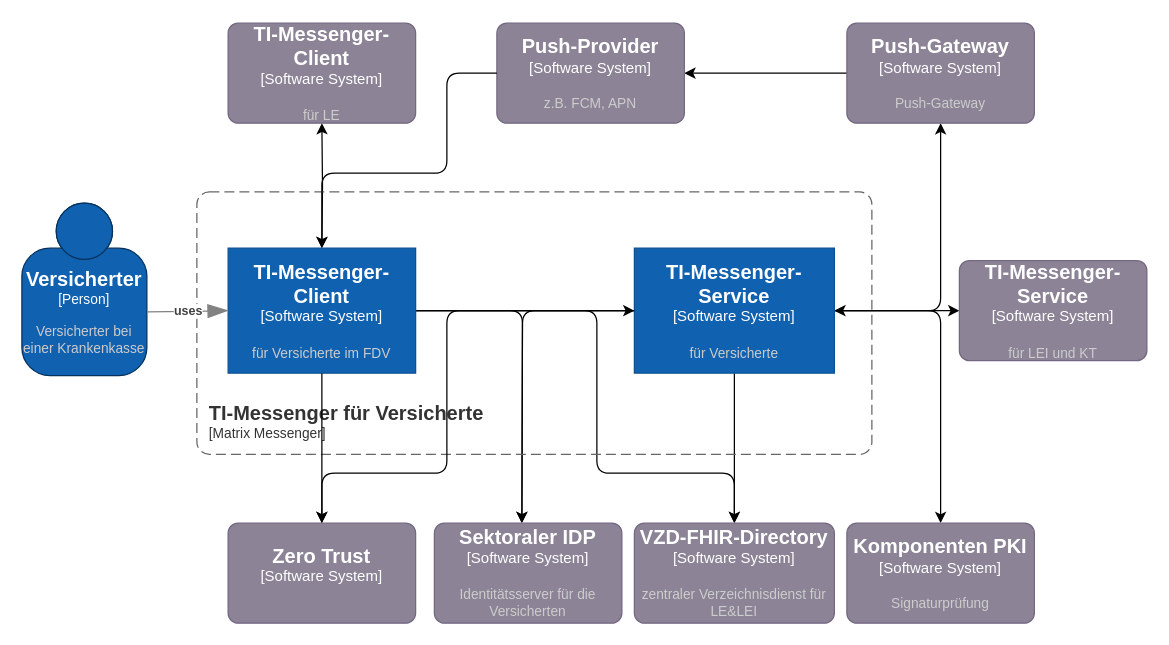
This is src/drawio/TI-M_Kontextabgrenzung_fdv.drawio from gematik/api-ti-messenger, a draw.io file, before an edit. Source tidied: cells renumbered, new cells numbered last; positions are measured from the earlier drawing's top-left corner, leaving out a move shared by most shapes. Both pictures are drawn from the tidied source at 125%, with x=0, y=0 at pixel (21, 22).
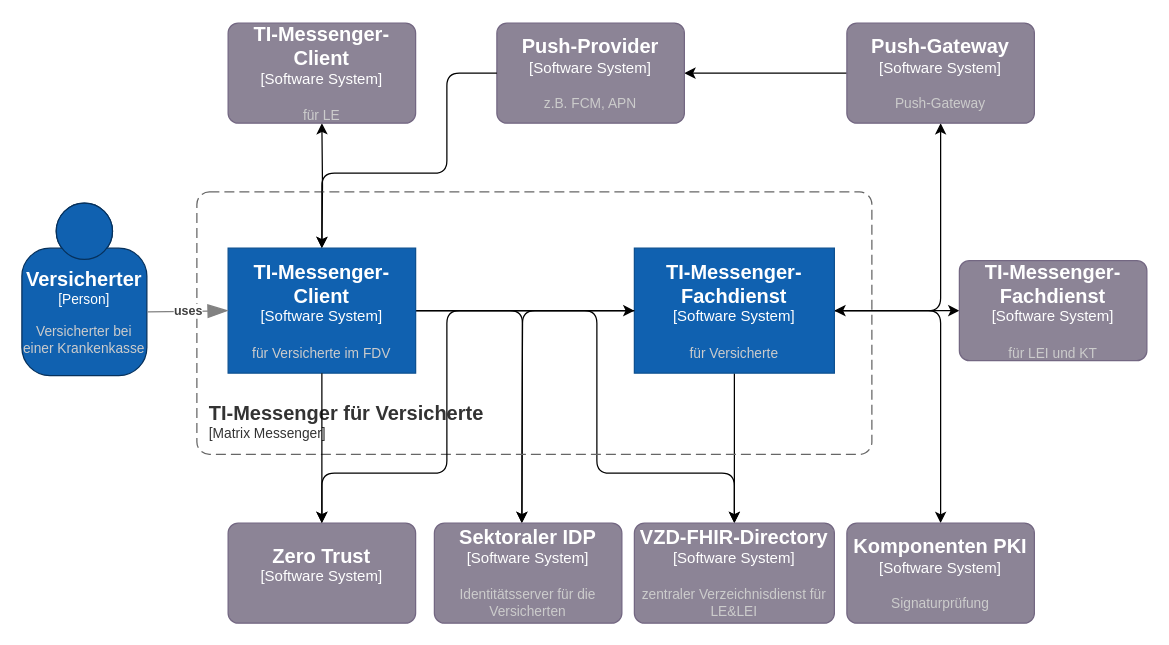
The same diagram, later.

Commit message:
changed service to fachdienst

What changed in the source:
```diff
@@
-    <object id="14" label="&lt;font style=&quot;font-size: 16px&quot;&gt;&lt;b&gt;%c4Name%&lt;/b&gt;&lt;/font&gt;&lt;div&gt;[%c4Type%]&lt;/div&gt;&lt;br&gt;&lt;div&gt;&lt;font style=&quot;font-size: 11px&quot;&gt;&lt;font color=&quot;#cccccc&quot;&gt;%c4Description%&lt;/font&gt;&lt;/div&gt;" c4Description="für Versicherte" c4Name="TI-Messenger-Service" c4Type="Software System" placeholders="1">
+    <object id="14" label="&lt;font style=&quot;font-size: 16px&quot;&gt;&lt;b&gt;%c4Name%&lt;/b&gt;&lt;/font&gt;&lt;div&gt;[%c4Type%]&lt;/div&gt;&lt;br&gt;&lt;div&gt;&lt;font style=&quot;font-size: 11px&quot;&gt;&lt;font color=&quot;#cccccc&quot;&gt;%c4Description%&lt;/font&gt;&lt;/div&gt;" c4Description="für Versicherte" c4Name="TI-Messenger-Fachdienst" c4Type="Software System" placeholders="1">
       <mxCell style="rounded=1;whiteSpace=wrap;html=1;labelBackgroundColor=none;fillColor=#1061B0;fontColor=#ffffff;align=center;arcSize=0;strokeColor=#0D5091;points=[[0.25,0,0],[0.5,0,0],[0.75,0,0],[1,0.25,0],[1,0.5,0],[1,0.75,0],[0.75,1,0],[0.5,1,0],[0.25,1,0],[0,0.75,0],[0,0.5,0],[0,0.25,0]];imageWidth=20;imageHeight=20;" parent="1" vertex="1">
         <mxGeometry x="490" y="180" width="160" height="100" as="geometry" />
       </mxCell>
     </object>
@@
-    <object id="16" label="&lt;font style=&quot;font-size: 16px&quot;&gt;&lt;b&gt;%c4Name%&lt;/b&gt;&lt;/font&gt;&lt;div&gt;[%c4Type%]&lt;/div&gt;&lt;br&gt;&lt;div&gt;&lt;font style=&quot;font-size: 11px&quot;&gt;&lt;font color=&quot;#cccccc&quot;&gt;%c4Description%&lt;/font&gt;&lt;/div&gt;" c4Description="für LEI und KT" c4Name="TI-Messenger-Service" c4Type="Software System" placeholders="1">
+    <object id="16" label="&lt;font style=&quot;font-size: 16px&quot;&gt;&lt;b&gt;%c4Name%&lt;/b&gt;&lt;/font&gt;&lt;div&gt;[%c4Type%]&lt;/div&gt;&lt;br&gt;&lt;div&gt;&lt;font style=&quot;font-size: 11px&quot;&gt;&lt;font color=&quot;#cccccc&quot;&gt;%c4Description%&lt;/font&gt;&lt;/div&gt;" c4Description="für LEI und KT" c4Name="TI-Messenger-Fachdienst" c4Type="Software System" placeholders="1">
       <mxCell style="rounded=1;whiteSpace=wrap;html=1;labelBackgroundColor=none;fillColor=#8C8496;fontColor=#ffffff;align=center;arcSize=10;strokeColor=#736782;points=[[0.25,0,0],[0.5,0,0],[0.75,0,0],[1,0.25,0],[1,0.5,0],[1,0.75,0],[0.75,1,0],[0.5,1,0],[0.25,1,0],[0,0.75,0],[0,0.5,0],[0,0.25,0]];" parent="1" vertex="1">
         <mxGeometry x="750" y="190" width="150" height="80" as="geometry" />
       </mxCell>
     </object>
```
